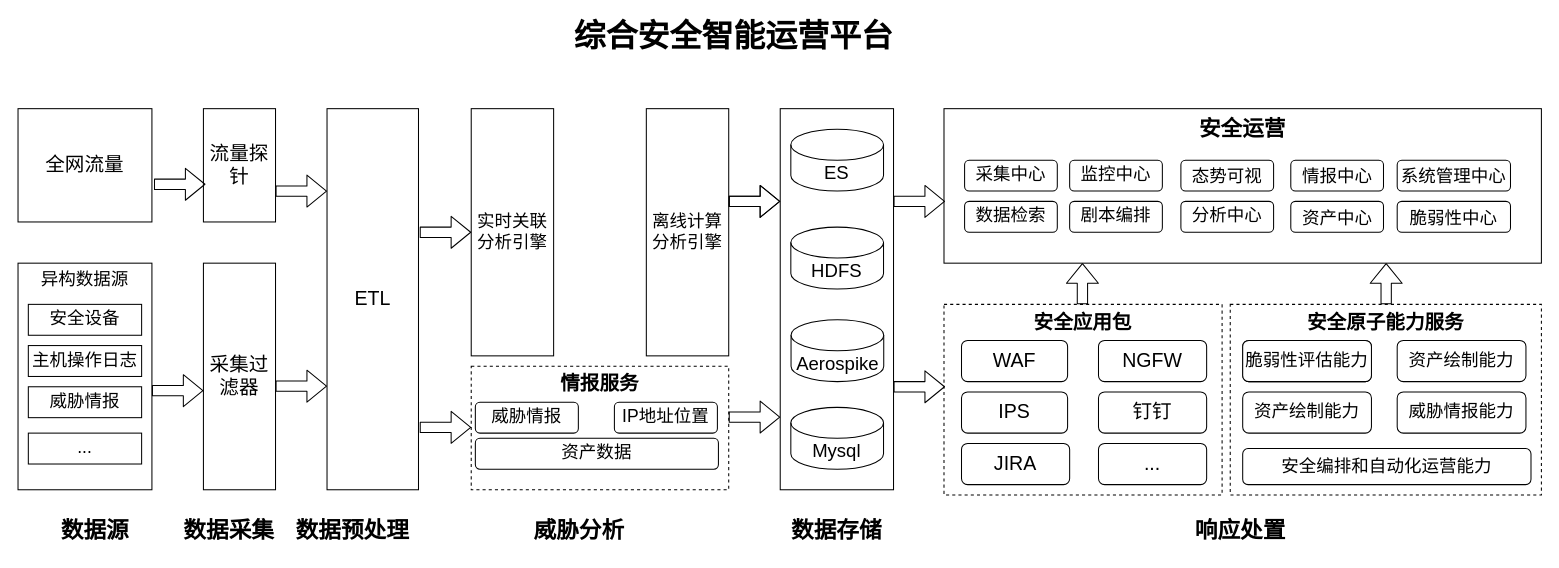
Before: 安全大脑系统架构交互图.drawio in liujianqun/draw, a draw.io diagram. Source tidied: cells renumbered, new cells numbered last; positions are measured from the earlier drawing's top-left corner, leaving out a move shared by most shapes. Both pictures are drawn from the tidied source at 103%, with x=0, y=0 at pixel (18, 26).
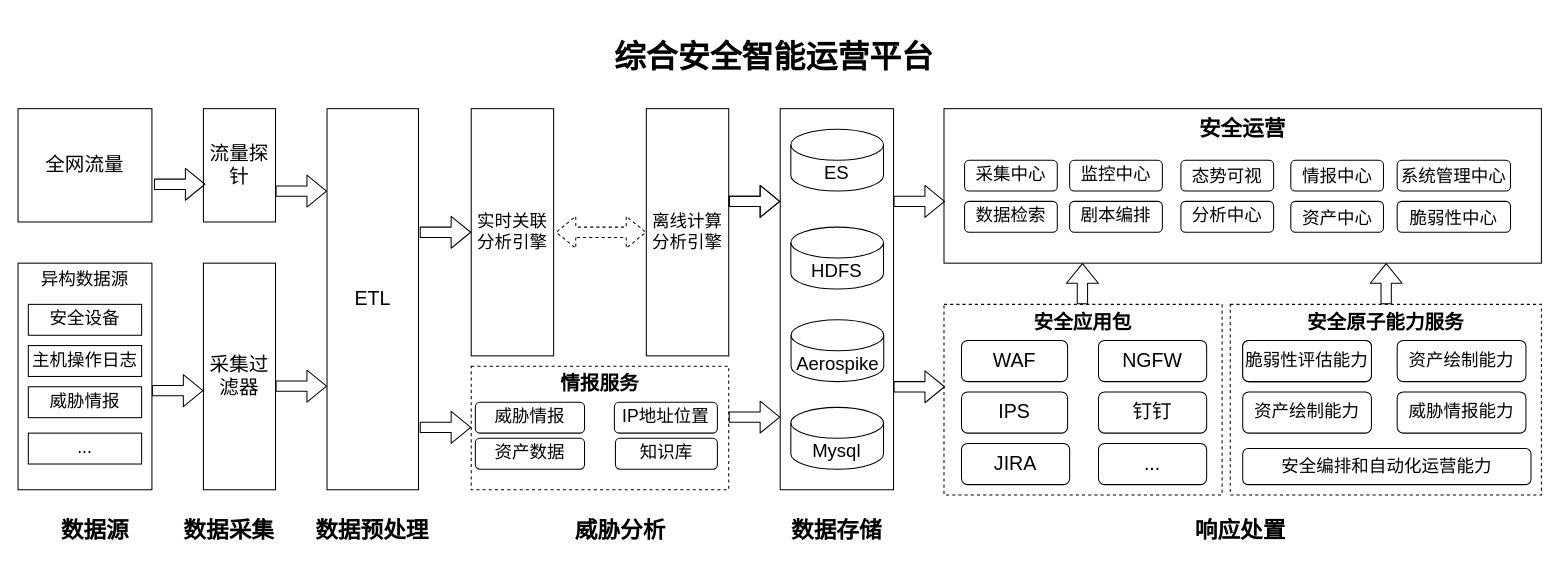
The same diagram, later.

Commit message:
Update 安全大脑系统架构交互图.drawio

Unchanged cells that the change refers to:
```xml
<mxCell id="40" value="离线计算分析引擎" style="rounded=0;whiteSpace=wrap;html=1;fontSize=17;" parent="1" vertex="1">
  <mxGeometry x="610" y="80" width="80" height="240" as="geometry" />
</mxCell>
```

Change to the diagram source:
```diff
@@
     <mxCell id="16" value="数据预处理" style="text;html=1;strokeColor=none;fillColor=none;align=center;verticalAlign=middle;whiteSpace=wrap;rounded=0;fontSize=22;fontStyle=1;" parent="1" vertex="1">
-      <mxGeometry x="260" y="480" width="130" height="20" as="geometry" />
+      <mxGeometry x="279.4" y="480" width="130" height="20" as="geometry" />
     </mxCell>
     <mxCell id="17" value="威胁分析" style="text;html=1;strokeColor=none;fillColor=none;align=center;verticalAlign=middle;whiteSpace=wrap;rounded=0;fontSize=22;fontStyle=1;" parent="1" vertex="1">
-      <mxGeometry x="480" y="480" width="130" height="20" as="geometry" />
+      <mxGeometry x="520" y="480" width="130" height="20" as="geometry" />
     </mxCell>
@@
     <mxCell id="19" value="综合安全智能运营平台" style="text;html=1;strokeColor=none;fillColor=none;align=center;verticalAlign=middle;whiteSpace=wrap;rounded=0;fontSize=31;fontStyle=1;" parent="1" vertex="1">
-      <mxGeometry x="510" width="370" height="20" as="geometry" />
+      <mxGeometry x="549" y="20" width="370" height="20" as="geometry" />
     </mxCell>
@@
     <mxCell id="27" value="威胁情报" style="rounded=1;whiteSpace=wrap;html=1;fontSize=17;" parent="1" vertex="1">
-      <mxGeometry x="444" y="365" width="100" height="30" as="geometry" />
+      <mxGeometry x="444" y="365" width="106" height="30" as="geometry" />
     </mxCell>
@@
     <mxCell id="38" value="资产数据" style="rounded=1;whiteSpace=wrap;html=1;fontSize=17;" parent="1" vertex="1">
-      <mxGeometry x="444" y="400" width="236" height="30" as="geometry" />
+      <mxGeometry x="444" y="400" width="106" height="30" as="geometry" />
     </mxCell>
@@
+    <mxCell id="68" style="shape=flexArrow;endArrow=classic;startArrow=classic;html=1;entryX=0;entryY=0.5;entryDx=0;entryDy=0;entryPerimeter=0;dashed=1;" parent="1" edge="1" target="40">
+      <mxGeometry relative="1" as="geometry">
+        <mxPoint x="522" y="200" as="sourcePoint" />
+      </mxGeometry>
+    </mxCell>
+    <mxCell id="69" value="知识库" style="rounded=1;whiteSpace=wrap;html=1;fontSize=17;" parent="1" vertex="1">
+      <mxGeometry x="580" y="400" width="99" height="30" as="geometry" />
+    </mxCell>
```
